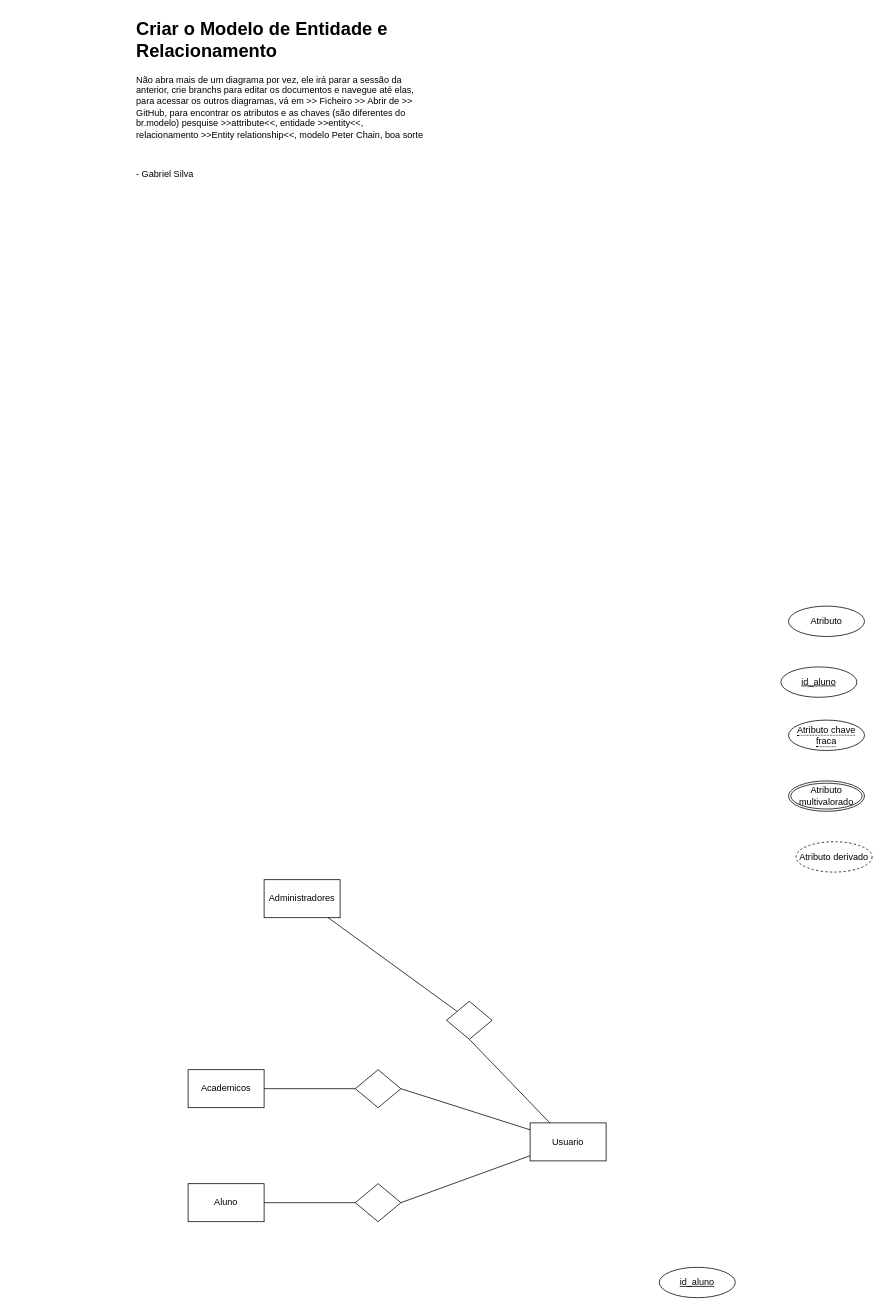
Above: Diagramas/modelo_entidade_relacionamento.drawio in Organization-Meets/Meets_Docs (draw.io), before the change. Source tidied: cells renumbered, new cells numbered last; positions are measured from the earlier drawing's top-left corner, leaving out a move shared by most shapes. Both pictures are drawn from the tidied source at 76%, with x=0, y=0 at pixel (135, 13).
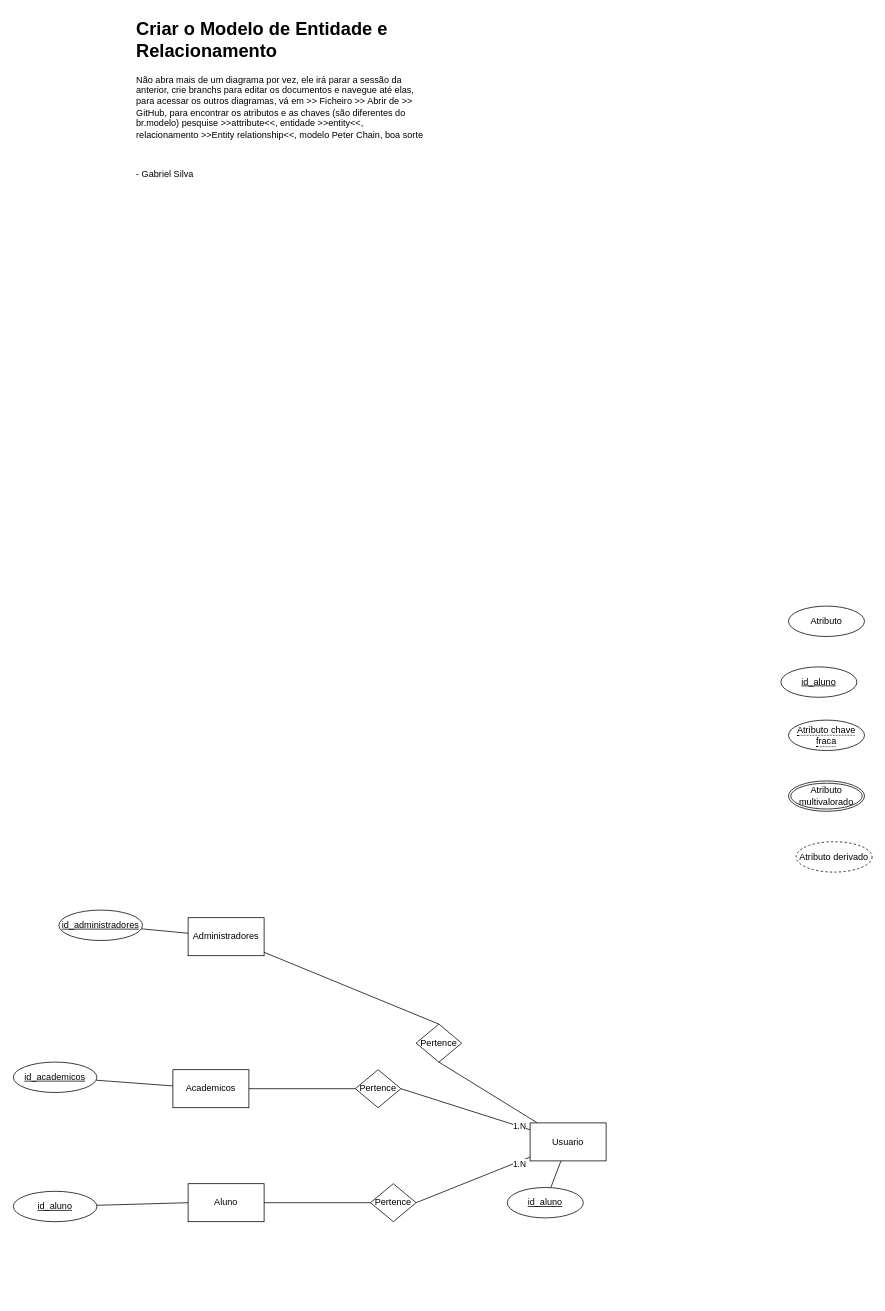
After the change.

Unchanged cells that the change refers to:
```xml
<mxCell id="4" style="rounded=0;jettySize=auto;html=1;entryX=1;entryY=0.5;entryDx=0;entryDy=0;endArrow=none;endFill=0;" parent="1" edge="1" source="6" target="13">
  <mxGeometry relative="1" as="geometry" />
</mxCell>
<mxCell id="5" style="rounded=0;jettySize=auto;html=1;entryX=1;entryY=0.5;entryDx=0;entryDy=0;endArrow=none;endFill=0;" parent="1" edge="1" source="6" target="11">
  <mxGeometry relative="1" as="geometry" />
</mxCell>
<mxCell id="6" value="Usuario" style="html=1;dashed=0;whiteSpace=wrap;" parent="1" vertex="1">
  <mxGeometry x="520" y="1460" width="100" height="50" as="geometry" />
</mxCell>
<mxCell id="8" value="Aluno" style="html=1;dashed=0;whiteSpace=wrap;" parent="1" vertex="1">
  <mxGeometry x="70" y="1540" width="100" height="50" as="geometry" />
</mxCell>
```

Diff of the diagram source:
```diff
@@
+    <mxCell id="22" value="1.N" style="edgeLabel;html=1;align=center;verticalAlign=middle;" parent="4" vertex="1">
+      <mxGeometry x="-0.83" relative="1" as="geometry" />
+    </mxCell>
@@
+    <mxCell id="23" value="1.N" style="edgeLabel;html=1;align=center;verticalAlign=middle;" parent="5" vertex="1">
+      <mxGeometry x="-0.8" y="2" relative="1" as="geometry">
+        <mxPoint y="1" as="offset" />
+      </mxGeometry>
+    </mxCell>
@@
     <mxCell id="7" value="Academicos" style="html=1;dashed=0;whiteSpace=wrap;" parent="1" vertex="1">
-      <mxGeometry x="70" y="1390" width="100" height="50" as="geometry" />
+      <mxGeometry x="50" y="1390" width="100" height="50" as="geometry" />
     </mxCell>
@@
     <mxCell id="9" value="Administradores" style="html=1;dashed=0;whiteSpace=wrap;" parent="1" vertex="1">
-      <mxGeometry x="170" y="1140" width="100" height="50" as="geometry" />
+      <mxGeometry x="70" y="1190" width="100" height="50" as="geometry" />
     </mxCell>
-    <mxCell id="10" style="edgeStyle=orthogonalEdgeStyle;rounded=0;jettySize=auto;html=1;endArrow=none;endFill=0;" parent="1" edge="1" source="11" target="8">
+    <mxCell id="10" style="rounded=0;jettySize=auto;html=1;endArrow=none;endFill=0;" parent="1" edge="1" source="11" target="8">
       <mxGeometry relative="1" as="geometry" />
     </mxCell>
-    <mxCell id="11" style="shape=rhombus;html=1;dashed=0;whiteSpace=wrap;perimeter=rhombusPerimeter;" parent="1" vertex="1">
-      <mxGeometry x="290" y="1540" width="60" height="50" as="geometry" />
+    <mxCell id="11" value="Pertence" style="shape=rhombus;html=1;dashed=0;whiteSpace=wrap;perimeter=rhombusPerimeter;" parent="1" vertex="1">
+      <mxGeometry x="310" y="1540" width="60" height="50" as="geometry" />
     </mxCell>
-    <mxCell id="12" style="edgeStyle=orthogonalEdgeStyle;rounded=0;jettySize=auto;html=1;endArrow=none;endFill=0;" parent="1" edge="1" source="13" target="7">
+    <mxCell id="12" style="rounded=0;jettySize=auto;html=1;endArrow=none;endFill=0;" parent="1" edge="1" source="13" target="7">
       <mxGeometry relative="1" as="geometry" />
     </mxCell>
-    <mxCell id="13" style="shape=rhombus;html=1;dashed=0;whiteSpace=wrap;perimeter=rhombusPerimeter;" parent="1" vertex="1">
+    <mxCell id="13" value="Pertence" style="shape=rhombus;html=1;dashed=0;whiteSpace=wrap;perimeter=rhombusPerimeter;" parent="1" vertex="1">
       <mxGeometry x="290" y="1390" width="60" height="50" as="geometry" />
     </mxCell>
-    <mxCell id="14" style="rounded=0;jettySize=auto;html=1;endArrow=none;endFill=0;" parent="1" edge="1" source="15" target="9">
-      <mxGeometry relative="1" as="geometry" />
-    </mxCell>
-    <mxCell id="15" style="shape=rhombus;html=1;dashed=0;whiteSpace=wrap;perimeter=rhombusPerimeter;" parent="1" vertex="1">
-      <mxGeometry x="410" y="1300" width="60" height="50" as="geometry" />
+    <mxCell id="15" value="Pertence" style="shape=rhombus;html=1;dashed=0;whiteSpace=wrap;perimeter=rhombusPerimeter;" parent="1" vertex="1">
+      <mxGeometry x="370" y="1330" width="60" height="50" as="geometry" />
     </mxCell>
@@
+    <mxCell id="24" style="rounded=0;jettySize=auto;html=1;endArrow=none;endFill=0;" parent="1" edge="1" source="17" target="6">
+      <mxGeometry relative="1" as="geometry" />
+    </mxCell>
     <mxCell id="17" value="id_aluno" style="ellipse;whiteSpace=wrap;html=1;align=center;fontStyle=4;" parent="1" vertex="1">
-      <mxGeometry x="690" y="1650" width="100" height="40" as="geometry" />
+      <mxGeometry x="490" y="1545" width="100" height="40" as="geometry" />
     </mxCell>
@@
+    <mxCell id="25" style="rounded=0;jettySize=auto;html=1;entryX=0.5;entryY=0;entryDx=0;entryDy=0;endArrow=none;endFill=0;" parent="1" edge="1" source="9" target="15">
+      <mxGeometry relative="1" as="geometry" />
+    </mxCell>
+    <mxCell id="26" style="rounded=0;jettySize=auto;html=1;endArrow=none;endFill=0;" parent="1" edge="1" source="27" target="9">
+      <mxGeometry relative="1" as="geometry" />
+    </mxCell>
+    <mxCell id="27" value="id_administradores" style="ellipse;whiteSpace=wrap;html=1;align=center;fontStyle=4;" parent="1" vertex="1">
+      <mxGeometry x="-100" y="1180" width="110" height="40" as="geometry" />
+    </mxCell>
+    <mxCell id="28" style="rounded=0;jettySize=auto;html=1;endArrow=none;endFill=0;" parent="1" edge="1" source="29" target="7">
+      <mxGeometry relative="1" as="geometry" />
+    </mxCell>
+    <mxCell id="29" value="id_academicos" style="ellipse;whiteSpace=wrap;html=1;align=center;fontStyle=4;" parent="1" vertex="1">
+      <mxGeometry x="-160" y="1380" width="110" height="40" as="geometry" />
+    </mxCell>
+    <mxCell id="30" style="rounded=0;jettySize=auto;html=1;entryX=0;entryY=0.5;entryDx=0;entryDy=0;endArrow=none;endFill=0;" parent="1" edge="1" source="31" target="8">
+      <mxGeometry relative="1" as="geometry" />
+    </mxCell>
+    <mxCell id="31" value="id_aluno" style="ellipse;whiteSpace=wrap;html=1;align=center;fontStyle=4;" parent="1" vertex="1">
+      <mxGeometry x="-160" y="1550" width="110" height="40" as="geometry" />
+    </mxCell>
```
